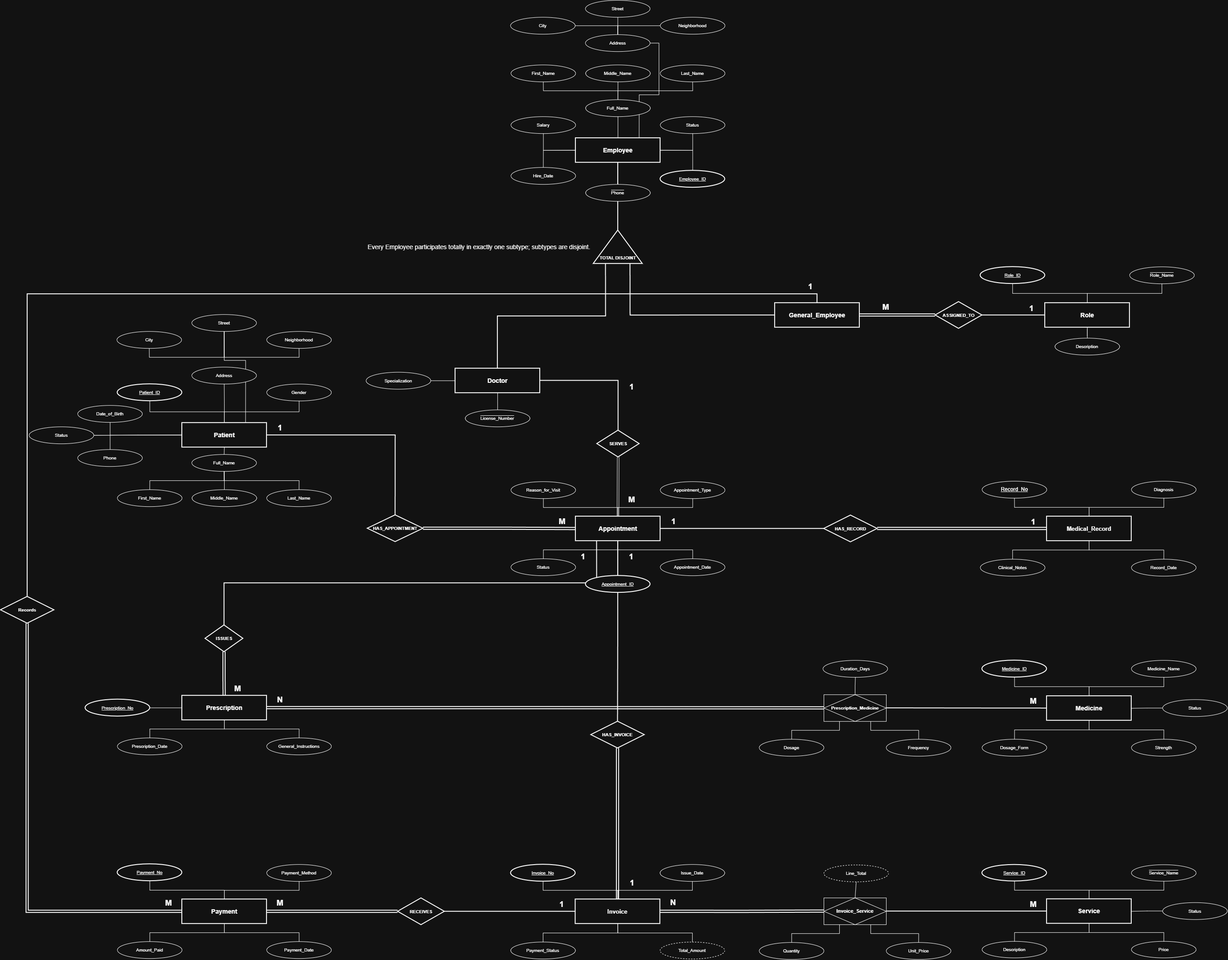
qusai-sari/clinic-management-system keeps this draw.io diagram as docs/ERD/clinic_management_erd_chen.drawio.png. Above is the earlier version. Source tidied: cells renumbered, new cells last; positions are measured from the earlier drawing's top-left corner, leaving out a move shared by most shapes.
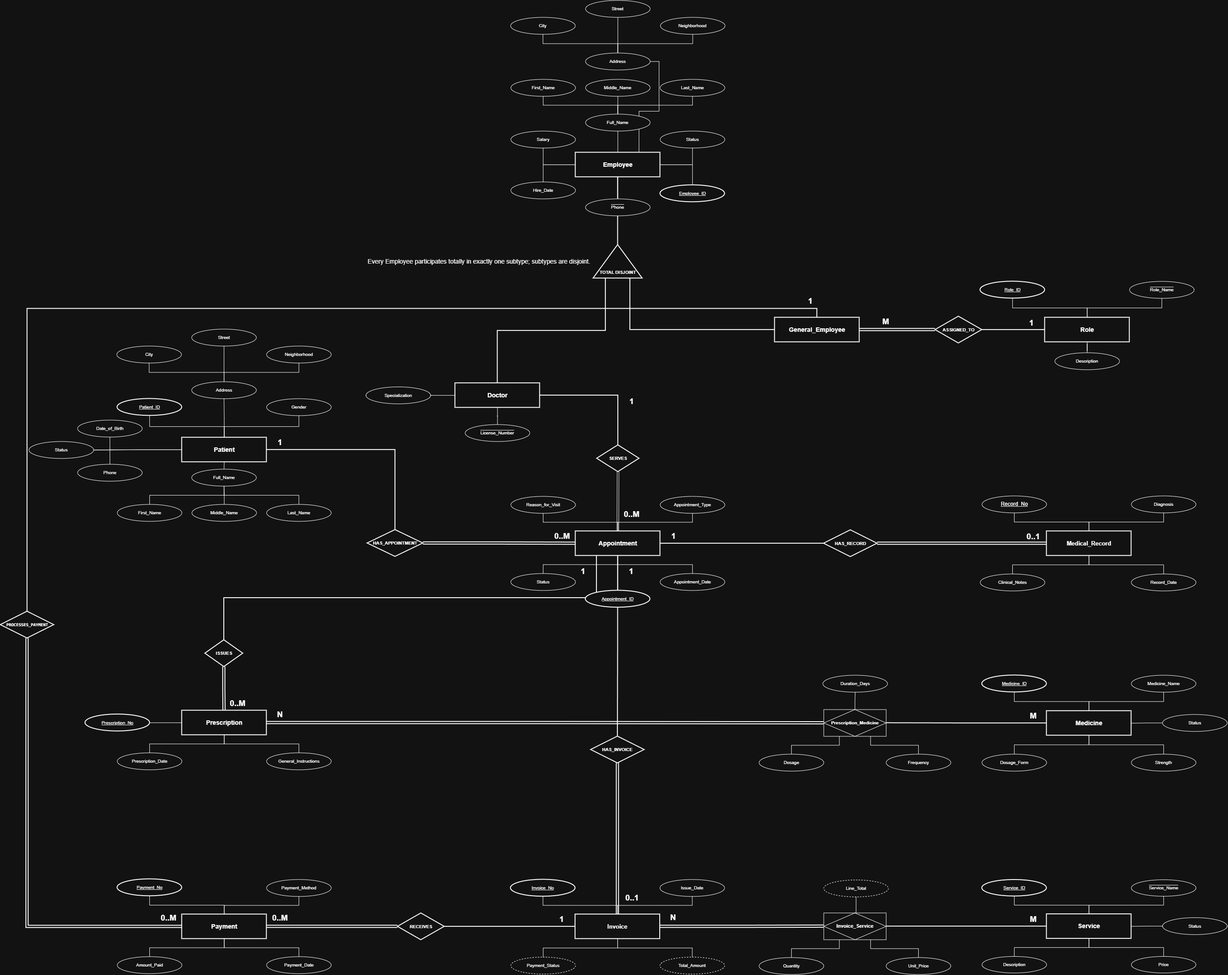
The same file after the commit.

Change to the diagram source:
```diff
@@ -2,21 +2,21 @@
   <root>
     <mxCell id="0" />
     <mxCell id="1" parent="0" />
-    <mxCell id="2" style="edgeStyle=orthogonalEdgeStyle;rounded=0;jettySize=auto;html=1;endArrow=none;endFill=0;exitX=0.5;exitY=1;exitDx=0;exitDy=0;entryX=0.75;entryY=0;entryDx=0;entryDy=0;" parent="1" edge="1" source="195" target="16">
+    <mxCell id="2" style="edgeStyle=orthogonalEdgeStyle;rounded=0;jettySize=auto;html=1;endArrow=none;endFill=0;exitX=0.5;exitY=1;exitDx=0;exitDy=0;entryX=0.5;entryY=0;entryDx=0;entryDy=0;" parent="1" edge="1" source="195" target="50">
       <mxGeometry relative="1" as="geometry">
         <Array as="points">
-          <mxPoint x="501.5" y="808" />
-          <mxPoint x="549.5" y="808" />
+          <mxPoint x="501.5" y="818" />
+          <mxPoint x="501.5" y="818" />
         </Array>
       </mxGeometry>
     </mxCell>
     <mxCell id="3" style="edgeStyle=orthogonalEdgeStyle;rounded=0;jettySize=auto;html=1;entryX=0.75;entryY=0;entryDx=0;entryDy=0;exitX=1;exitY=0.5;exitDx=0;exitDy=0;endArrow=none;endFill=0;" parent="1" edge="1" source="200" target="12">
       <mxGeometry relative="1" as="geometry" />
     </mxCell>
-    <mxCell id="4" style="edgeStyle=orthogonalEdgeStyle;rounded=0;jettySize=auto;html=1;entryX=0.5;entryY=1;entryDx=0;entryDy=0;endArrow=none;endFill=0;exitX=0.5;exitY=1;exitDx=0;exitDy=0;" parent="1" edge="1" source="197" target="195">
+    <mxCell id="4" style="edgeStyle=orthogonalEdgeStyle;rounded=0;jettySize=auto;html=1;entryX=0.5;entryY=0;entryDx=0;entryDy=0;endArrow=none;endFill=0;exitX=0.5;exitY=1;exitDx=0;exitDy=0;" parent="1" edge="1" source="197" target="50">
       <mxGeometry relative="1" as="geometry" />
     </mxCell>
-    <mxCell id="5" style="edgeStyle=orthogonalEdgeStyle;rounded=0;jettySize=auto;html=1;entryX=0.5;entryY=1;entryDx=0;entryDy=0;endArrow=none;endFill=0;exitX=0.5;exitY=1;exitDx=0;exitDy=0;" parent="1" edge="1" source="196" target="195">
+    <mxCell id="5" style="edgeStyle=orthogonalEdgeStyle;rounded=0;jettySize=auto;html=1;entryX=0.5;entryY=0;entryDx=0;entryDy=0;endArrow=none;endFill=0;exitX=0.5;exitY=1;exitDx=0;exitDy=0;" parent="1" edge="1" source="196" target="50">
       <mxGeometry relative="1" as="geometry" />
     </mxCell>
     <mxCell id="6" style="edgeStyle=orthogonalEdgeStyle;rounded=0;jettySize=auto;html=1;endArrow=none;startArrow=none;verticalAlign=middle;endFill=0;startFill=0;" parent="1" edge="1" source="16" target="49">
@@ -154,7 +154,7 @@
     <mxCell id="50" value="Address" style="shape=ellipse;whiteSpace=wrap;html=1;fontSize=10;" parent="1" vertex="1">
       <mxGeometry x="429" y="823" width="145" height="38" as="geometry" />
     </mxCell>
-    <mxCell id="51" style="edgeStyle=orthogonalEdgeStyle;rounded=0;jettySize=auto;html=1;endArrow=none;startArrow=none;verticalAlign=middle;endFill=0;startFill=0;" parent="1" edge="1" source="16" target="50">
+    <mxCell id="51" style="edgeStyle=orthogonalEdgeStyle;rounded=0;jettySize=auto;html=1;endArrow=none;startArrow=none;verticalAlign=middle;endFill=0;startFill=0;exitX=0.5;exitY=0;exitDx=0;exitDy=0;" parent="1" edge="1" source="16" target="50">
       <mxGeometry relative="1" as="geometry" />
     </mxCell>
     <mxCell id="52" value="Phone" style="shape=ellipse;whiteSpace=wrap;html=1;fontSize=10;" parent="1" vertex="1">
@@ -313,10 +313,7 @@
     <mxCell id="103" style="edgeStyle=orthogonalEdgeStyle;rounded=0;jettySize=auto;html=1;endArrow=none;startArrow=none;exitX=0.499;exitY=0.059;exitDx=0;exitDy=0;exitPerimeter=0;verticalAlign=middle;endFill=0;startFill=0;" parent="1" edge="1" source="153" target="102">
       <mxGeometry relative="1" as="geometry" />
     </mxCell>
-    <mxCell id="104" value="Payment_Status" style="shape=ellipse;whiteSpace=wrap;html=1;fontSize=10;" parent="1" vertex="1">
-      <mxGeometry x="1144.5" y="2113" width="145" height="38" as="geometry" />
-    </mxCell>
-    <mxCell id="105" style="edgeStyle=orthogonalEdgeStyle;rounded=0;jettySize=auto;html=1;endArrow=none;startArrow=none;exitX=0.5;exitY=1;exitDx=0;exitDy=0;verticalAlign=middle;endFill=0;startFill=0;" parent="1" edge="1" source="153" target="104">
+    <mxCell id="105" style="edgeStyle=orthogonalEdgeStyle;rounded=0;jettySize=auto;html=1;endArrow=none;startArrow=none;exitX=0.5;exitY=1;exitDx=0;exitDy=0;verticalAlign=middle;endFill=0;startFill=0;entryX=0.5;entryY=0;entryDx=0;entryDy=0;" parent="1" edge="1" source="153" target="104">
       <mxGeometry relative="1" as="geometry" />
     </mxCell>
     <mxCell id="106" style="edgeStyle=orthogonalEdgeStyle;rounded=0;jettySize=auto;html=1;endArrow=none;startArrow=none;entryX=0.5;entryY=0;entryDx=0;entryDy=0;exitX=0.5;exitY=1;exitDx=0;exitDy=0;verticalAlign=middle;endFill=0;startFill=0;" parent="1" edge="1" source="153" target="147">
@@ -454,7 +451,7 @@
     <mxCell id="150" style="edgeStyle=orthogonalEdgeStyle;rounded=0;jettySize=auto;html=1;exitX=0.5;exitY=0;exitDx=0;exitDy=0;entryX=0.5;entryY=0;entryDx=0;entryDy=0;endArrow=none;endFill=0;strokeWidth=2;verticalAlign=middle;startArrow=none;startFill=0;" parent="1" edge="1" source="151" target="14">
       <mxGeometry relative="1" as="geometry" />
     </mxCell>
-    <mxCell id="151" value="Records" style="shape=rhombus;perimeter=rhombusPerimeter;whiteSpace=wrap;html=1;strokeWidth=2;fontStyle=1;fontSize=10;" parent="1" vertex="1">
+    <mxCell id="151" value="&lt;pre dir=&quot;ltr&quot;&gt;&lt;code&gt;PROCESSES_PAYMENT&lt;/code&gt;&lt;/pre&gt;&lt;p&gt;&lt;/p&gt;" style="shape=rhombus;perimeter=rhombusPerimeter;whiteSpace=wrap;html=1;strokeWidth=2;fontStyle=1;fontSize=10;" parent="1" vertex="1">
       <mxGeometry y="1338" width="120" height="60" as="geometry" />
     </mxCell>
     <mxCell id="152" value="&lt;span style=&quot;font-size: 13px;&quot;&gt;Medical_Record&lt;/span&gt;" style="shape=rectangle;rounded=0;whiteSpace=wrap;html=1;strokeWidth=2;fontStyle=1;fontSize=14;rotation=0;" parent="1" vertex="1">
@@ -490,7 +487,7 @@
     <mxCell id="162" value="&lt;span style=&quot;font-size: 18px;&quot;&gt;&lt;b&gt;1&lt;/b&gt;&lt;/span&gt;" style="text;html=1;whiteSpace=wrap;strokeColor=none;fillColor=none;align=center;verticalAlign=middle;rounded=0;fontSize=14;" parent="1" vertex="1">
       <mxGeometry x="1277" y="1234" width="60" height="30" as="geometry" />
     </mxCell>
-    <mxCell id="163" value="&lt;span style=&quot;font-size: 18px;&quot;&gt;&lt;b&gt;1&lt;/b&gt;&lt;/span&gt;" style="text;html=1;whiteSpace=wrap;strokeColor=none;fillColor=none;align=center;verticalAlign=middle;rounded=0;fontSize=14;" parent="1" vertex="1">
+    <mxCell id="163" value="&lt;span style=&quot;font-size: 18px;&quot;&gt;&lt;b&gt;0..1&lt;/b&gt;&lt;/span&gt;" style="text;html=1;whiteSpace=wrap;strokeColor=none;fillColor=none;align=center;verticalAlign=middle;rounded=0;fontSize=14;" parent="1" vertex="1">
       <mxGeometry x="2287" y="1155.5" width="60" height="30" as="geometry" />
     </mxCell>
     <mxCell id="164" value="&lt;span style=&quot;font-size: 18px;&quot;&gt;&lt;b&gt;1&lt;/b&gt;&lt;/span&gt;" style="text;html=1;whiteSpace=wrap;strokeColor=none;fillColor=none;align=center;verticalAlign=middle;rounded=0;fontSize=14;" parent="1" vertex="1">
@@ -505,22 +502,22 @@
     <mxCell id="167" value="&lt;span style=&quot;font-size: 18px;&quot;&gt;&lt;b&gt;1&lt;/b&gt;&lt;/span&gt;" style="text;html=1;whiteSpace=wrap;strokeColor=none;fillColor=none;align=center;verticalAlign=middle;rounded=0;fontSize=14;" parent="1" vertex="1">
       <mxGeometry x="1386" y="853" width="60" height="30" as="geometry" />
     </mxCell>
-    <mxCell id="168" value="&lt;span style=&quot;font-size: 18px;&quot;&gt;&lt;b&gt;1&lt;/b&gt;&lt;/span&gt;" style="text;html=1;whiteSpace=wrap;strokeColor=none;fillColor=none;align=center;verticalAlign=middle;rounded=0;fontSize=14;" parent="1" vertex="1">
+    <mxCell id="168" value="&lt;span style=&quot;font-size: 18px;&quot;&gt;&lt;b&gt;0..1&lt;/b&gt;&lt;/span&gt;" style="text;html=1;whiteSpace=wrap;strokeColor=none;fillColor=none;align=center;verticalAlign=middle;rounded=0;fontSize=14;" parent="1" vertex="1">
       <mxGeometry x="1387.5" y="1966" width="60" height="30" as="geometry" />
     </mxCell>
     <mxCell id="169" value="&lt;span style=&quot;font-size: 18px;&quot;&gt;&lt;b&gt;1&lt;/b&gt;&lt;/span&gt;" style="text;html=1;whiteSpace=wrap;strokeColor=none;fillColor=none;align=center;verticalAlign=middle;rounded=0;fontSize=14;" parent="1" vertex="1">
       <mxGeometry x="1229.5" y="2014" width="60" height="30" as="geometry" />
     </mxCell>
-    <mxCell id="170" value="&lt;span style=&quot;font-size: 18px;&quot;&gt;&lt;b&gt;M&lt;/b&gt;&lt;/span&gt;" style="text;html=1;whiteSpace=wrap;strokeColor=none;fillColor=none;align=center;verticalAlign=middle;rounded=0;fontSize=14;" parent="1" vertex="1">
+    <mxCell id="170" value="&lt;span style=&quot;font-size: 18px;&quot;&gt;&lt;b&gt;0..M&lt;/b&gt;&lt;/span&gt;" style="text;html=1;whiteSpace=wrap;strokeColor=none;fillColor=none;align=center;verticalAlign=middle;rounded=0;fontSize=14;" parent="1" vertex="1">
       <mxGeometry x="597" y="2011" width="60" height="30" as="geometry" />
     </mxCell>
-    <mxCell id="171" value="&lt;span style=&quot;font-size: 18px;&quot;&gt;&lt;b&gt;M&lt;/b&gt;&lt;/span&gt;" style="text;html=1;whiteSpace=wrap;strokeColor=none;fillColor=none;align=center;verticalAlign=middle;rounded=0;fontSize=14;" parent="1" vertex="1">
+    <mxCell id="171" value="&lt;span style=&quot;font-size: 18px;&quot;&gt;&lt;b&gt;0..M&lt;/b&gt;&lt;/span&gt;" style="text;html=1;whiteSpace=wrap;strokeColor=none;fillColor=none;align=center;verticalAlign=middle;rounded=0;fontSize=14;" parent="1" vertex="1">
       <mxGeometry x="347" y="2011" width="60" height="30" as="geometry" />
     </mxCell>
-    <mxCell id="172" value="&lt;span style=&quot;font-size: 18px;&quot;&gt;&lt;b&gt;M&lt;/b&gt;&lt;/span&gt;" style="text;html=1;whiteSpace=wrap;strokeColor=none;fillColor=none;align=center;verticalAlign=middle;rounded=0;fontSize=14;" parent="1" vertex="1">
+    <mxCell id="172" value="&lt;span style=&quot;font-size: 18px;&quot;&gt;&lt;b&gt;0..M&lt;/b&gt;&lt;/span&gt;" style="text;html=1;whiteSpace=wrap;strokeColor=none;fillColor=none;align=center;verticalAlign=middle;rounded=0;fontSize=14;" parent="1" vertex="1">
       <mxGeometry x="502" y="1530" width="60" height="30" as="geometry" />
     </mxCell>
-    <mxCell id="173" value="&lt;span style=&quot;font-size: 18px;&quot;&gt;&lt;b&gt;M&lt;/b&gt;&lt;/span&gt;" style="text;html=1;whiteSpace=wrap;strokeColor=none;fillColor=none;align=center;verticalAlign=middle;rounded=0;fontSize=14;" parent="1" vertex="1">
+    <mxCell id="173" value="&lt;span style=&quot;font-size: 18px;&quot;&gt;&lt;b&gt;0..M&lt;/b&gt;&lt;/span&gt;" style="text;html=1;whiteSpace=wrap;strokeColor=none;fillColor=none;align=center;verticalAlign=middle;rounded=0;fontSize=14;" parent="1" vertex="1">
       <mxGeometry x="1230" y="1155" width="60" height="30" as="geometry" />
     </mxCell>
     <mxCell id="174" value="&lt;span style=&quot;font-size: 18px;&quot;&gt;&lt;b&gt;M&lt;/b&gt;&lt;/span&gt;" style="text;html=1;whiteSpace=wrap;strokeColor=none;fillColor=none;align=center;verticalAlign=middle;rounded=0;fontSize=14;" parent="1" vertex="1">
@@ -538,7 +535,7 @@
     <mxCell id="178" value="&lt;span style=&quot;font-size: 18px;&quot;&gt;&lt;b&gt;M&lt;/b&gt;&lt;/span&gt;" style="text;html=1;whiteSpace=wrap;strokeColor=none;fillColor=none;align=center;verticalAlign=middle;rounded=0;fontSize=14;" parent="1" vertex="1">
       <mxGeometry x="1956" y="674" width="60" height="30" as="geometry" />
     </mxCell>
-    <mxCell id="179" value="&lt;span style=&quot;font-size: 18px;&quot;&gt;&lt;b&gt;M&lt;/b&gt;&lt;/span&gt;" style="text;html=1;whiteSpace=wrap;strokeColor=none;fillColor=none;align=center;verticalAlign=middle;rounded=0;fontSize=14;" parent="1" vertex="1">
+    <mxCell id="179" value="&lt;span style=&quot;font-size: 18px;&quot;&gt;&lt;b&gt;0..M&lt;/b&gt;&lt;/span&gt;" style="text;html=1;whiteSpace=wrap;strokeColor=none;fillColor=none;align=center;verticalAlign=middle;rounded=0;fontSize=14;" parent="1" vertex="1">
       <mxGeometry x="1386" y="1106" width="60" height="30" as="geometry" />
     </mxCell>
     <mxCell id="180" style="edgeStyle=orthogonalEdgeStyle;rounded=0;jettySize=auto;html=1;exitX=0.5;exitY=1;exitDx=0;exitDy=0;entryX=0.5;entryY=0;entryDx=0;entryDy=0;endArrow=none;endFill=0;" parent="1" edge="1" source="181" target="28">
@@ -595,26 +592,34 @@
     <mxCell id="197" value="City" style="shape=ellipse;whiteSpace=wrap;html=1;fontSize=10;" parent="1" vertex="1">
       <mxGeometry x="261" y="743" width="145" height="38" as="geometry" />
     </mxCell>
+    <mxCell id="201" style="edgeStyle=orthogonalEdgeStyle;rounded=0;jettySize=auto;html=1;endArrow=none;endFill=0;exitX=0.5;exitY=1;exitDx=0;exitDy=0;entryX=0.5;entryY=0;entryDx=0;entryDy=0;" parent="1" edge="1" source="202" target="200">
+      <mxGeometry relative="1" as="geometry">
+        <Array as="points">
+          <mxPoint x="1384.5" y="81" />
+          <mxPoint x="1384.5" y="81" />
+        </Array>
+      </mxGeometry>
+    </mxCell>
-    <mxCell id="198" style="edgeStyle=orthogonalEdgeStyle;rounded=0;jettySize=auto;html=1;entryX=0.5;entryY=0;entryDx=0;entryDy=0;endArrow=none;endFill=0;" parent="1" edge="1" source="204" target="200">
+    <mxCell id="198" style="edgeStyle=orthogonalEdgeStyle;rounded=0;jettySize=auto;html=1;entryX=0.5;entryY=0;entryDx=0;entryDy=0;endArrow=none;endFill=0;exitX=0.5;exitY=1;exitDx=0;exitDy=0;" parent="1" edge="1" source="204" target="200">
       <mxGeometry relative="1" as="geometry" />
     </mxCell>
-    <mxCell id="199" style="edgeStyle=orthogonalEdgeStyle;rounded=0;jettySize=auto;html=1;entryX=0.5;entryY=0;entryDx=0;entryDy=0;endArrow=none;endFill=0;" parent="1" edge="1" source="203" target="200">
+    <mxCell id="199" style="edgeStyle=orthogonalEdgeStyle;rounded=0;jettySize=auto;html=1;entryX=0.5;entryY=0;entryDx=0;entryDy=0;endArrow=none;endFill=0;exitX=0.5;exitY=1;exitDx=0;exitDy=0;" parent="1" edge="1" source="203" target="200">
       <mxGeometry relative="1" as="geometry" />
     </mxCell>
     <mxCell id="200" value="Address" style="shape=ellipse;whiteSpace=wrap;html=1;fontSize=10;" parent="1" vertex="1">
-      <mxGeometry x="1312" y="77" width="145" height="38" as="geometry" />
+      <mxGeometry x="1312.5" y="86" width="145" height="38" as="geometry" />
     </mxCell>
-    <mxCell id="201" style="edgeStyle=orthogonalEdgeStyle;rounded=0;jettySize=auto;html=1;entryX=0.5;entryY=0;entryDx=0;entryDy=0;endArrow=none;endFill=0;" parent="1" edge="1" source="202" target="200">
-      <mxGeometry relative="1" as="geometry" />
-    </mxCell>
     <mxCell id="202" value="Street" style="shape=ellipse;whiteSpace=wrap;html=1;fontSize=10;" parent="1" vertex="1">
-      <mxGeometry x="1312" width="145" height="38" as="geometry" />
+      <mxGeometry x="1312.5" y="-32" width="145" height="38" as="geometry" />
     </mxCell>
     <mxCell id="203" value="Neighborhood" style="shape=ellipse;whiteSpace=wrap;html=1;fontSize=10;" parent="1" vertex="1">
-      <mxGeometry x="1480" y="38" width="145" height="38" as="geometry" />
+      <mxGeometry x="1480.5" y="6" width="145" height="38" as="geometry" />
     </mxCell>
     <mxCell id="204" value="City" style="shape=ellipse;whiteSpace=wrap;html=1;fontSize=10;" parent="1" vertex="1">
-      <mxGeometry x="1144" y="38" width="145" height="38" as="geometry" />
+      <mxGeometry x="1144.5" y="6" width="145" height="38" as="geometry" />
     </mxCell>
+    <mxCell id="104" value="&lt;span style=&quot;font-size: 10px;&quot;&gt;Payment_Status&lt;/span&gt;" style="ellipse;whiteSpace=wrap;html=1;align=center;dashed=1;" parent="1" vertex="1">
+      <mxGeometry x="1145" y="2113" width="145" height="38" as="geometry" />
+    </mxCell>
   </root>
 </mxGraphModel>
```
